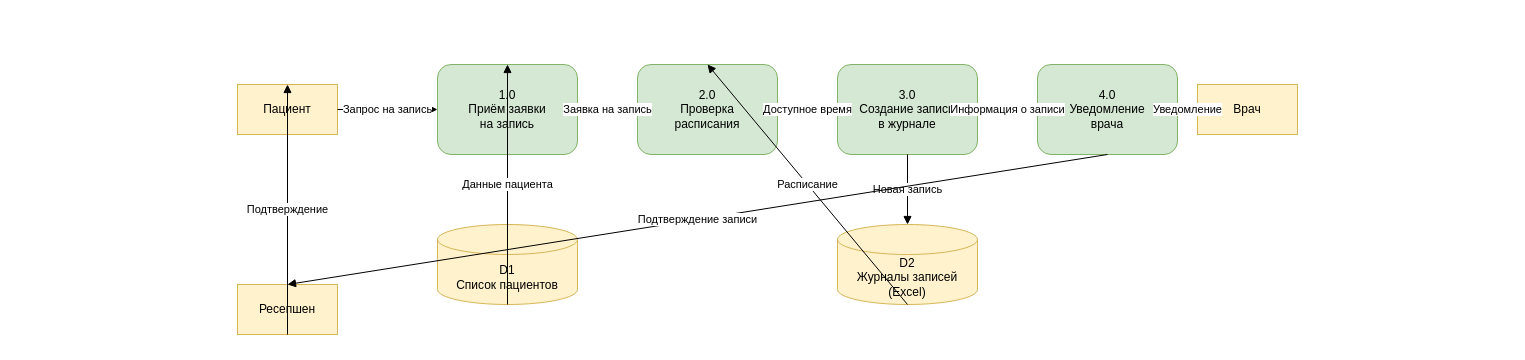
Before: Task1/DFD_Level1_Запись_к_врачу.drawio in practicumstudent2025/architecture-medikamente, a draw.io diagram. Source tidied: cells renumbered, new cells numbered last; positions are measured from the earlier drawing's top-left corner, leaving out a move shared by most shapes. Both pictures are drawn from the tidied source at 100%, with x=0, y=0 at pixel (237, 64).
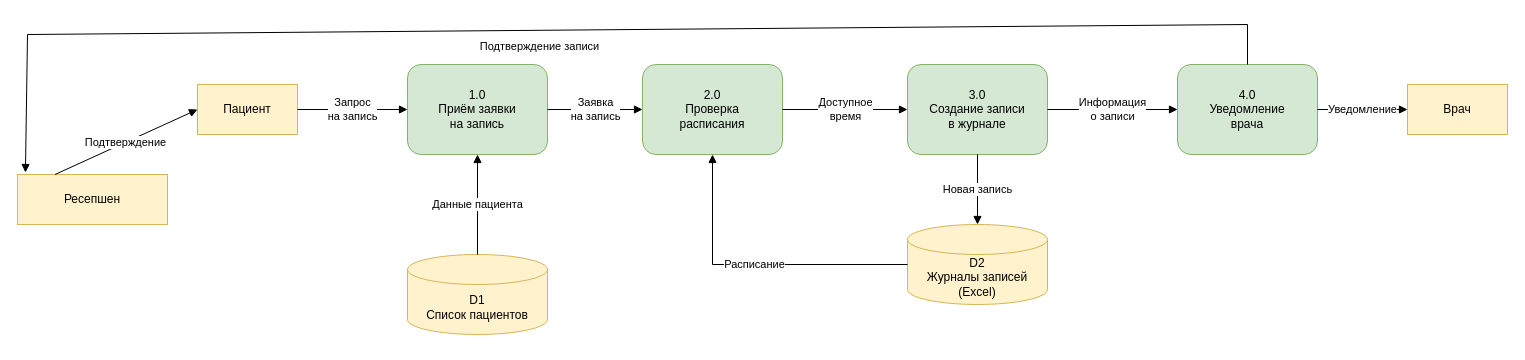
Above is the later version.

Commit message (it also covers changes not shown here):
Добавлен атрибут compressed='false' во все drawio файлы (включая landscape.drawio)

Change to the diagram source:
```diff
@@
     <mxCell id="2" value="Пациент" style="rounded=0;whiteSpace=wrap;html=1;fillColor=#fff2cc;strokeColor=#d6b656;" parent="1" vertex="1">
-      <mxGeometry y="20" width="100" height="50" as="geometry" />
+      <mxGeometry x="-40" y="20" width="100" height="50" as="geometry" />
     </mxCell>
     <mxCell id="3" value="Ресепшен" style="rounded=0;whiteSpace=wrap;html=1;fillColor=#fff2cc;strokeColor=#d6b656;" parent="1" vertex="1">
-      <mxGeometry y="220" width="100" height="50" as="geometry" />
+      <mxGeometry x="-220" y="110" width="150" height="50" as="geometry" />
     </mxCell>
     <mxCell id="4" value="Врач" style="rounded=0;whiteSpace=wrap;html=1;fillColor=#fff2cc;strokeColor=#d6b656;" parent="1" vertex="1">
-      <mxGeometry x="960" y="20" width="100" height="50" as="geometry" />
+      <mxGeometry x="1170" y="20" width="100" height="50" as="geometry" />
     </mxCell>
     <mxCell id="5" value="1.0&#10;Приём заявки&#10;на запись" style="rounded=1;whiteSpace=wrap;html=1;fillColor=#d5e8d4;strokeColor=#82b366;" parent="1" vertex="1">
-      <mxGeometry x="200" width="140" height="90" as="geometry" />
+      <mxGeometry x="170" width="140" height="90" as="geometry" />
     </mxCell>
     <mxCell id="6" value="2.0&#10;Проверка&#10;расписания" style="rounded=1;whiteSpace=wrap;html=1;fillColor=#d5e8d4;strokeColor=#82b366;" parent="1" vertex="1">
-      <mxGeometry x="400" width="140" height="90" as="geometry" />
+      <mxGeometry x="405" width="140" height="90" as="geometry" />
     </mxCell>
     <mxCell id="7" value="3.0&#10;Создание записи&#10;в журнале" style="rounded=1;whiteSpace=wrap;html=1;fillColor=#d5e8d4;strokeColor=#82b366;" parent="1" vertex="1">
-      <mxGeometry x="600" width="140" height="90" as="geometry" />
+      <mxGeometry x="670" width="140" height="90" as="geometry" />
     </mxCell>
     <mxCell id="8" value="4.0&#10;Уведомление&#10;врача" style="rounded=1;whiteSpace=wrap;html=1;fillColor=#d5e8d4;strokeColor=#82b366;" parent="1" vertex="1">
-      <mxGeometry x="800" width="140" height="90" as="geometry" />
+      <mxGeometry x="940" width="140" height="90" as="geometry" />
     </mxCell>
     <mxCell id="9" value="D1&#10;Список пациентов" style="shape=cylinder3;whiteSpace=wrap;html=1;boundedLbl=1;backgroundOutline=1;size=15;fillColor=#fff2cc;strokeColor=#d6b656;" parent="1" vertex="1">
-      <mxGeometry x="200" y="160" width="140" height="80" as="geometry" />
+      <mxGeometry x="170" y="190" width="140" height="80" as="geometry" />
     </mxCell>
     <mxCell id="10" value="D2&#10;Журналы записей&#10;(Excel)" style="shape=cylinder3;whiteSpace=wrap;html=1;boundedLbl=1;backgroundOutline=1;size=15;fillColor=#fff2cc;strokeColor=#d6b656;" parent="1" vertex="1">
-      <mxGeometry x="600" y="160" width="140" height="80" as="geometry" />
+      <mxGeometry x="670" y="160" width="140" height="80" as="geometry" />
     </mxCell>
-    <mxCell id="11" value="Запрос на запись" style="endArrow=block;endFill=1;html=1;rounded=0;exitX=1;exitY=0.5;exitDx=0;exitDy=0;entryX=0;entryY=0.5;entryDx=0;entryDy=0;" parent="1" edge="1" source="2" target="5">
+    <mxCell id="11" value="Запрос &lt;br&gt;на запись" style="endArrow=block;endFill=1;html=1;rounded=0;exitX=1;exitY=0.5;exitDx=0;exitDy=0;entryX=0;entryY=0.5;entryDx=0;entryDy=0;" parent="1" edge="1" source="2" target="5">
       <mxGeometry relative="1" as="geometry" />
     </mxCell>
-    <mxCell id="12" value="Данные пациента" style="endArrow=block;endFill=1;html=1;rounded=0;exitX=0.5;exitY=1;exitDx=0;exitDy=0;entryX=0.5;entryY=0;entryDx=0;entryDy=0;" parent="1" edge="1" source="9" target="5">
+    <mxCell id="12" value="Данные пациента" style="endArrow=block;endFill=1;html=1;rounded=0;exitX=0.5;exitY=0;exitDx=0;exitDy=0;entryX=0.5;entryY=1;entryDx=0;entryDy=0;exitPerimeter=0;" parent="1" edge="1" source="9" target="5">
       <mxGeometry relative="1" as="geometry" />
     </mxCell>
-    <mxCell id="13" value="Заявка на запись" style="endArrow=block;endFill=1;html=1;rounded=0;exitX=1;exitY=0.5;exitDx=0;exitDy=0;entryX=0;entryY=0.5;entryDx=0;entryDy=0;" parent="1" edge="1" source="5" target="6">
+    <mxCell id="13" value="Заявка &lt;br&gt;на запись" style="endArrow=block;endFill=1;html=1;rounded=0;exitX=1;exitY=0.5;exitDx=0;exitDy=0;entryX=0;entryY=0.5;entryDx=0;entryDy=0;" parent="1" edge="1" source="5" target="6">
       <mxGeometry relative="1" as="geometry" />
     </mxCell>
-    <mxCell id="14" value="Расписание" style="endArrow=block;endFill=1;html=1;rounded=0;exitX=0.5;exitY=1;exitDx=0;exitDy=0;entryX=0.5;entryY=0;entryDx=0;entryDy=0;" parent="1" edge="1" source="10" target="6">
-      <mxGeometry relative="1" as="geometry" />
+    <mxCell id="14" value="Расписание" style="endArrow=block;endFill=1;html=1;rounded=0;exitX=0;exitY=0.5;exitDx=0;exitDy=0;entryX=0.5;entryY=1;entryDx=0;entryDy=0;exitPerimeter=0;" parent="1" edge="1" source="10" target="6">
+      <mxGeometry relative="1" as="geometry">
+        <Array as="points">
+          <mxPoint x="475" y="200" />
+        </Array>
+      </mxGeometry>
     </mxCell>
-    <mxCell id="15" value="Доступное время" style="endArrow=block;endFill=1;html=1;rounded=0;exitX=1;exitY=0.5;exitDx=0;exitDy=0;entryX=0;entryY=0.5;entryDx=0;entryDy=0;" parent="1" edge="1" source="6" target="7">
+    <mxCell id="15" value="Доступное &lt;br&gt;время" style="endArrow=block;endFill=1;html=1;rounded=0;exitX=1;exitY=0.5;exitDx=0;exitDy=0;entryX=0;entryY=0.5;entryDx=0;entryDy=0;" parent="1" edge="1" source="6" target="7">
       <mxGeometry relative="1" as="geometry" />
     </mxCell>
@@
-    <mxCell id="17" value="Информация о записи" style="endArrow=block;endFill=1;html=1;rounded=0;exitX=1;exitY=0.5;exitDx=0;exitDy=0;entryX=0;entryY=0.5;entryDx=0;entryDy=0;" parent="1" edge="1" source="7" target="8">
+    <mxCell id="17" value="Информация &lt;br&gt;о записи" style="endArrow=block;endFill=1;html=1;rounded=0;exitX=1;exitY=0.5;exitDx=0;exitDy=0;entryX=0;entryY=0.5;entryDx=0;entryDy=0;" parent="1" edge="1" source="7" target="8">
       <mxGeometry relative="1" as="geometry" />
     </mxCell>
@@
-    <mxCell id="19" value="Подтверждение записи" style="endArrow=block;endFill=1;html=1;rounded=0;exitX=0.5;exitY=1;exitDx=0;exitDy=0;entryX=0.5;entryY=0;entryDx=0;entryDy=0;" parent="1" edge="1" source="8" target="3">
-      <mxGeometry relative="1" as="geometry" />
+    <mxCell id="19" value="Подтверждение записи" style="endArrow=block;endFill=1;html=1;rounded=0;exitX=0.5;exitY=0;exitDx=0;exitDy=0;entryX=0.053;entryY=-0.04;entryDx=0;entryDy=0;entryPerimeter=0;" parent="1" edge="1" source="8" target="3">
+      <mxGeometry x="0.07" y="16" relative="1" as="geometry">
+        <Array as="points">
+          <mxPoint x="1010" y="-40" />
+          <mxPoint x="-210" y="-30" />
+        </Array>
+      </mxGeometry>
     </mxCell>
-    <mxCell id="20" value="Подтверждение" style="endArrow=block;endFill=1;html=1;rounded=0;exitX=0.5;exitY=1;exitDx=0;exitDy=0;entryX=0.5;entryY=0;entryDx=0;entryDy=0;" parent="1" edge="1" source="3" target="2">
+    <mxCell id="20" value="Подтверждение" style="endArrow=block;endFill=1;html=1;rounded=0;exitX=0.25;exitY=0;exitDx=0;exitDy=0;entryX=0;entryY=0.5;entryDx=0;entryDy=0;" parent="1" edge="1" source="3" target="2">
       <mxGeometry relative="1" as="geometry" />
     </mxCell>
```
